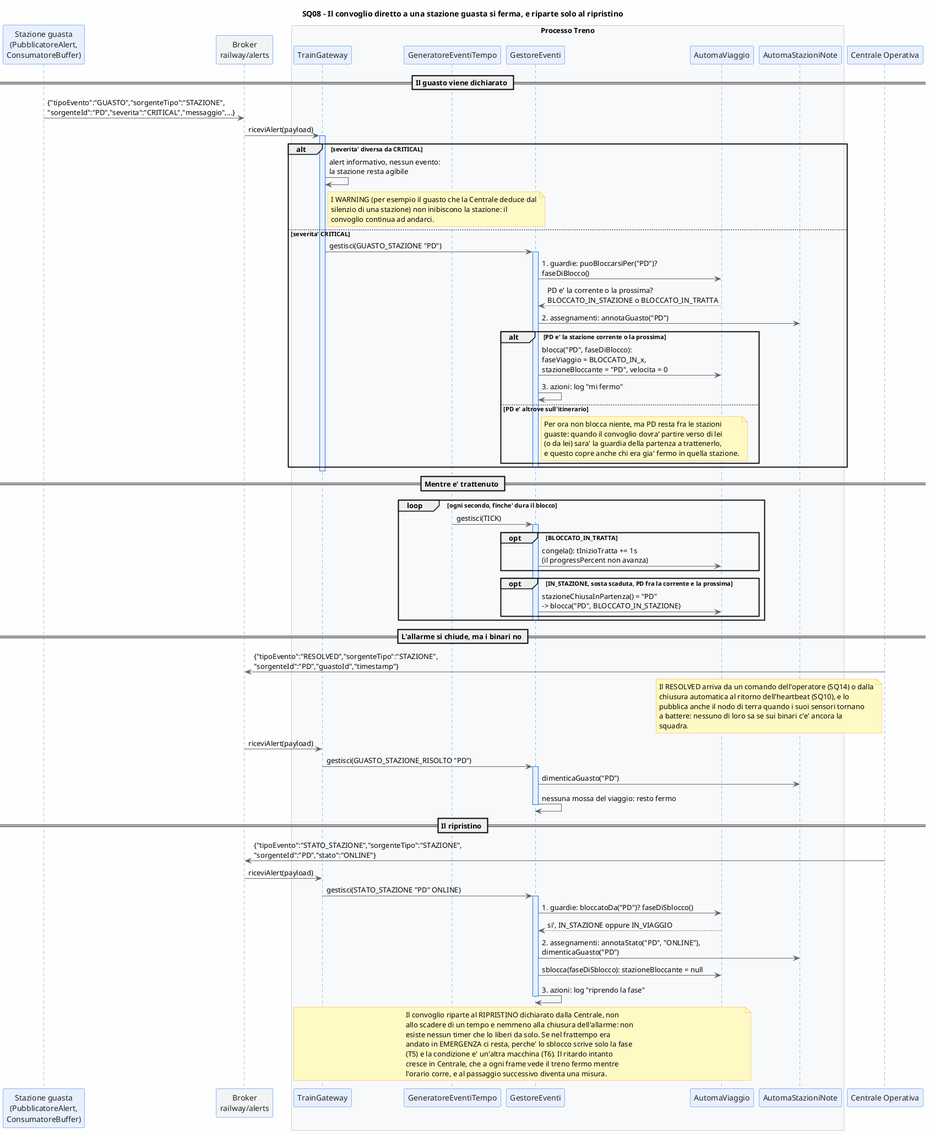
Before: doc/documentazioneFinale/immaginiDocumentazioneDelSistemaMonitoraggioEGestioneDelTrafficoFerroviario/sq_08_treno_trattenuto.png, a diagram exported from PlantUML (mar-robba/PISSIR). Source of this version:
```plantuml
@startuml SQ08 - Treno trattenuto da una stazione guasta

skinparam backgroundColor #FEFEFE
skinparam sequence {
    ArrowColor #5F6368
    LifeLineBorderColor #1A73E8
    LifeLineBackgroundColor #E8F0FE
    ParticipantBorderColor #1A73E8
    ParticipantBackgroundColor #E8F0FE
    ParticipantFontColor #202124
    BoxBorderColor #9AA0A6
}
skinparam note {
    BackgroundColor #FFF9C4
    BorderColor #F9A825
}

title SQ08 - Il convoglio diretto a una stazione guasta si ferma, e riparte solo al ripristino

participant "Stazione guasta\n(PubblicatoreAlert,\nConsumatoreBuffer)" as SGW
participant "Broker\nrailway/alerts" as BROKER #F1F3F4

box "Processo Treno" #F8F9FA
    participant "TrainGateway" as TGW
    participant "GeneratoreEventiTempo" as GEN
    participant "GestoreEventi" as GES
    participant "AutomaViaggio" as VIA
    participant "AutomaStazioniNote" as NOTE
end box

participant "Centrale Operativa" as CEN

== Il guasto viene dichiarato ==

SGW -> BROKER : {"tipoEvento":"GUASTO","sorgenteTipo":"STAZIONE",\n"sorgenteId":"PD","severita":"CRITICAL","messaggio",...}
BROKER -> TGW : riceviAlert(payload)
activate TGW

alt severita' diversa da CRITICAL
    TGW -> TGW : alert informativo, nessun evento:\nla stazione resta agibile
    note right of TGW
      I WARNING (per esempio il guasto che la Centrale deduce dal
      silenzio di una stazione) non inibiscono la stazione: il
      convoglio continua ad andarci.
    end note
else severita' CRITICAL
    TGW -> GES : gestisci(GUASTO_STAZIONE "PD")
    activate GES
    GES -> VIA : 1. guardie: puoBloccarsiPer("PD")?\nfaseDiBlocco()
    VIA --> GES : PD e' la corrente o la prossima?\nBLOCCATO_IN_STAZIONE o BLOCCATO_IN_TRATTA
    GES -> NOTE : 2. assegnamenti: annotaGuasto("PD")
    alt PD e' la stazione corrente o la prossima
        GES -> VIA : blocca("PD", faseDiBlocco):\nfaseViaggio = BLOCCATO_IN_x,\nstazioneBloccante = "PD", velocita = 0
        GES -> GES : 3. azioni: log "mi fermo"
    else PD e' altrove sull'itinerario
        note right of GES
          Per ora non blocca niente, ma PD resta fra le stazioni
          guaste: quando il convoglio dovra' partire verso di lei
          (o da lei) sara' la guardia della partenza a trattenerlo,
          e questo copre anche chi era gia' fermo in quella stazione.
        end note
    end
    deactivate GES
end
deactivate TGW

== Mentre e' trattenuto ==

loop ogni secondo, finche' dura il blocco
    GEN -> GES : gestisci(TICK)
    activate GES
    opt BLOCCATO_IN_TRATTA
        GES -> VIA : congela(): tInizioTratta += 1s\n(il progressPercent non avanza)
    end
    opt IN_STAZIONE, sosta scaduta, PD fra la corrente e la prossima
        GES -> VIA : stazioneChiusaInPartenza() = "PD"\n-> blocca("PD", BLOCCATO_IN_STAZIONE)
    end
    deactivate GES
end

== L'allarme si chiude, ma i binari no ==

CEN -> BROKER : {"tipoEvento":"RESOLVED","sorgenteTipo":"STAZIONE",\n"sorgenteId":"PD","guastoId","timestamp"}
note left of CEN
  Il RESOLVED arriva da un comando dell'operatore (SQ14) o dalla
  chiusura automatica al ritorno dell'heartbeat (SQ10), e lo
  pubblica anche il nodo di terra quando i suoi sensori tornano
  a battere: nessuno di loro sa se sui binari c'e' ancora la
  squadra.
end note
BROKER -> TGW : riceviAlert(payload)
TGW -> GES : gestisci(GUASTO_STAZIONE_RISOLTO "PD")
activate GES
GES -> NOTE : dimenticaGuasto("PD")
GES -> GES : nessuna mossa del viaggio: resto fermo
deactivate GES

== Il ripristino ==

CEN -> BROKER : {"tipoEvento":"STATO_STAZIONE","sorgenteTipo":"STAZIONE",\n"sorgenteId":"PD","stato":"ONLINE"}
BROKER -> TGW : riceviAlert(payload)
TGW -> GES : gestisci(STATO_STAZIONE "PD" ONLINE)
activate GES
GES -> VIA : 1. guardie: bloccatoDa("PD")? faseDiSblocco()
VIA --> GES : si', IN_STAZIONE oppure IN_VIAGGIO
GES -> NOTE : 2. assegnamenti: annotaStato("PD", "ONLINE"),\ndimenticaGuasto("PD")
GES -> VIA : sblocca(faseDiSblocco): stazioneBloccante = null
GES -> GES : 3. azioni: log "riprendo la fase"
deactivate GES

note over TGW, VIA
  Il convoglio riparte al RIPRISTINO dichiarato dalla Centrale, non
  allo scadere di un tempo e nemmeno alla chiusura dell'allarme: non
  esiste nessun timer che lo liberi da solo. Se nel frattempo era
  andato in EMERGENZA ci resta, perche' lo sblocco scrive solo la fase
  (T5) e la condizione e' un'altra macchina (T6). Il ritardo intanto
  cresce in Centrale, che a ogni frame vede il treno fermo mentre
  l'orario corre, e al passaggio successivo diventa una misura.
end note

@enduml
```
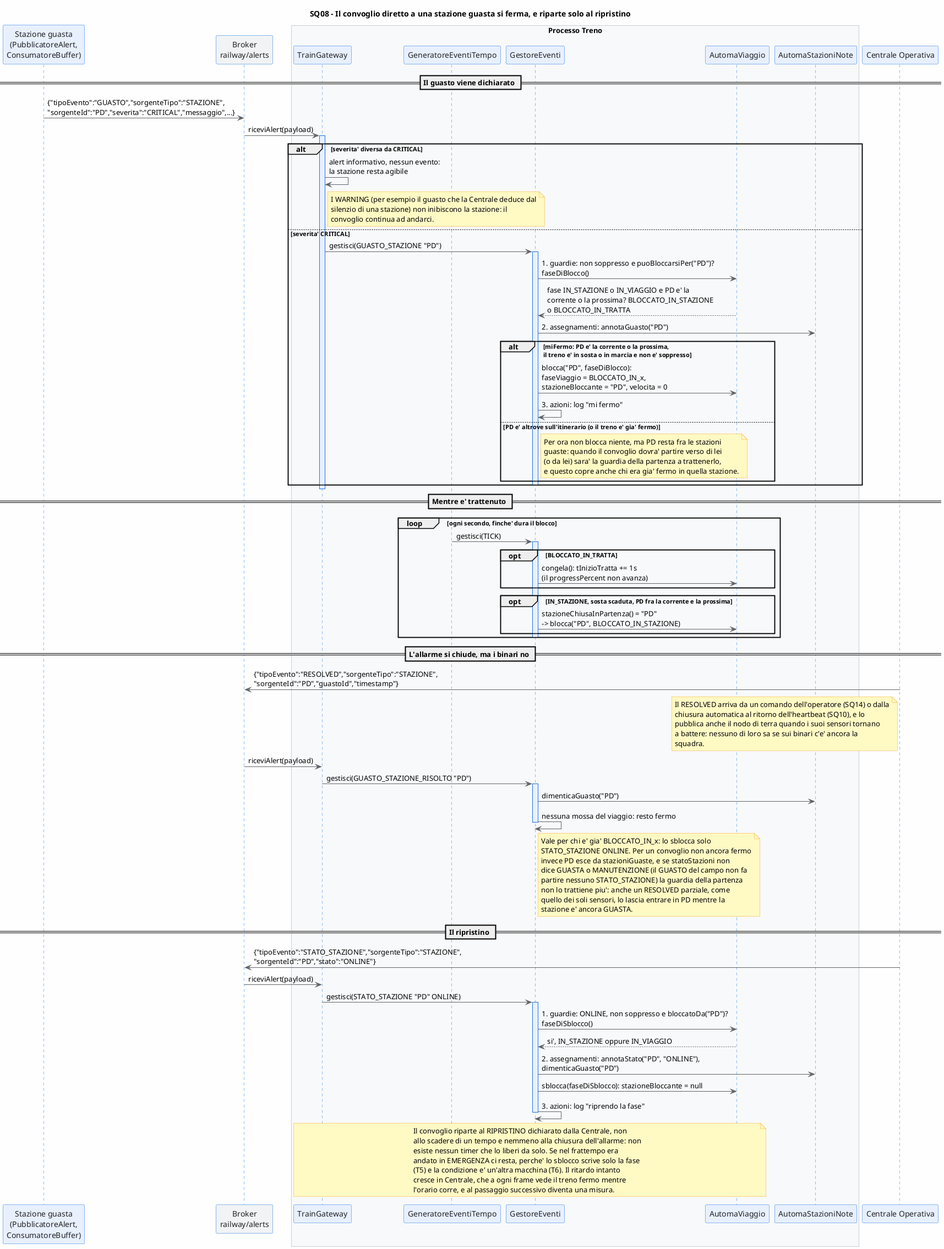
After the commit.

The edit, as a diff of the source:
```diff
@@ -46,13 +46,13 @@
 else severita' CRITICAL
     TGW -> GES : gestisci(GUASTO_STAZIONE "PD")
     activate GES
-    GES -> VIA : 1. guardie: puoBloccarsiPer("PD")?\nfaseDiBlocco()
-    VIA --> GES : PD e' la corrente o la prossima?\nBLOCCATO_IN_STAZIONE o BLOCCATO_IN_TRATTA
+    GES -> VIA : 1. guardie: non soppresso e puoBloccarsiPer("PD")?\nfaseDiBlocco()
+    VIA --> GES : fase IN_STAZIONE o IN_VIAGGIO e PD e' la\ncorrente o la prossima? BLOCCATO_IN_STAZIONE\no BLOCCATO_IN_TRATTA
     GES -> NOTE : 2. assegnamenti: annotaGuasto("PD")
-    alt PD e' la stazione corrente o la prossima
+    alt miFermo: PD e' la corrente o la prossima,\nil treno e' in sosta o in marcia e non e' soppresso
         GES -> VIA : blocca("PD", faseDiBlocco):\nfaseViaggio = BLOCCATO_IN_x,\nstazioneBloccante = "PD", velocita = 0
         GES -> GES : 3. azioni: log "mi fermo"
-    else PD e' altrove sull'itinerario
+    else PD e' altrove sull'itinerario (o il treno e' gia' fermo)
         note right of GES
           Per ora non blocca niente, ma PD resta fra le stazioni
           guaste: quando il convoglio dovra' partire verso di lei
@@ -94,6 +94,16 @@
 GES -> NOTE : dimenticaGuasto("PD")
 GES -> GES : nessuna mossa del viaggio: resto fermo
 deactivate GES
+note right of GES
+  Vale per chi e' gia' BLOCCATO_IN_x: lo sblocca solo
+  STATO_STAZIONE ONLINE. Per un convoglio non ancora fermo
+  invece PD esce da stazioniGuaste, e se statoStazioni non
+  dice GUASTA o MANUTENZIONE (il GUASTO del campo non fa
+  partire nessuno STATO_STAZIONE) la guardia della partenza
+  non lo trattiene piu': anche un RESOLVED parziale, come
+  quello dei soli sensori, lo lascia entrare in PD mentre la
+  stazione e' ancora GUASTA.
+end note
 
 == Il ripristino ==
 
@@ -101,7 +111,7 @@
 BROKER -> TGW : riceviAlert(payload)
 TGW -> GES : gestisci(STATO_STAZIONE "PD" ONLINE)
 activate GES
-GES -> VIA : 1. guardie: bloccatoDa("PD")? faseDiSblocco()
+GES -> VIA : 1. guardie: ONLINE, non soppresso e bloccatoDa("PD")?\nfaseDiSblocco()
 VIA --> GES : si', IN_STAZIONE oppure IN_VIAGGIO
 GES -> NOTE : 2. assegnamenti: annotaStato("PD", "ONLINE"),\ndimenticaGuasto("PD")
 GES -> VIA : sblocca(faseDiSblocco): stazioneBloccante = null
```
